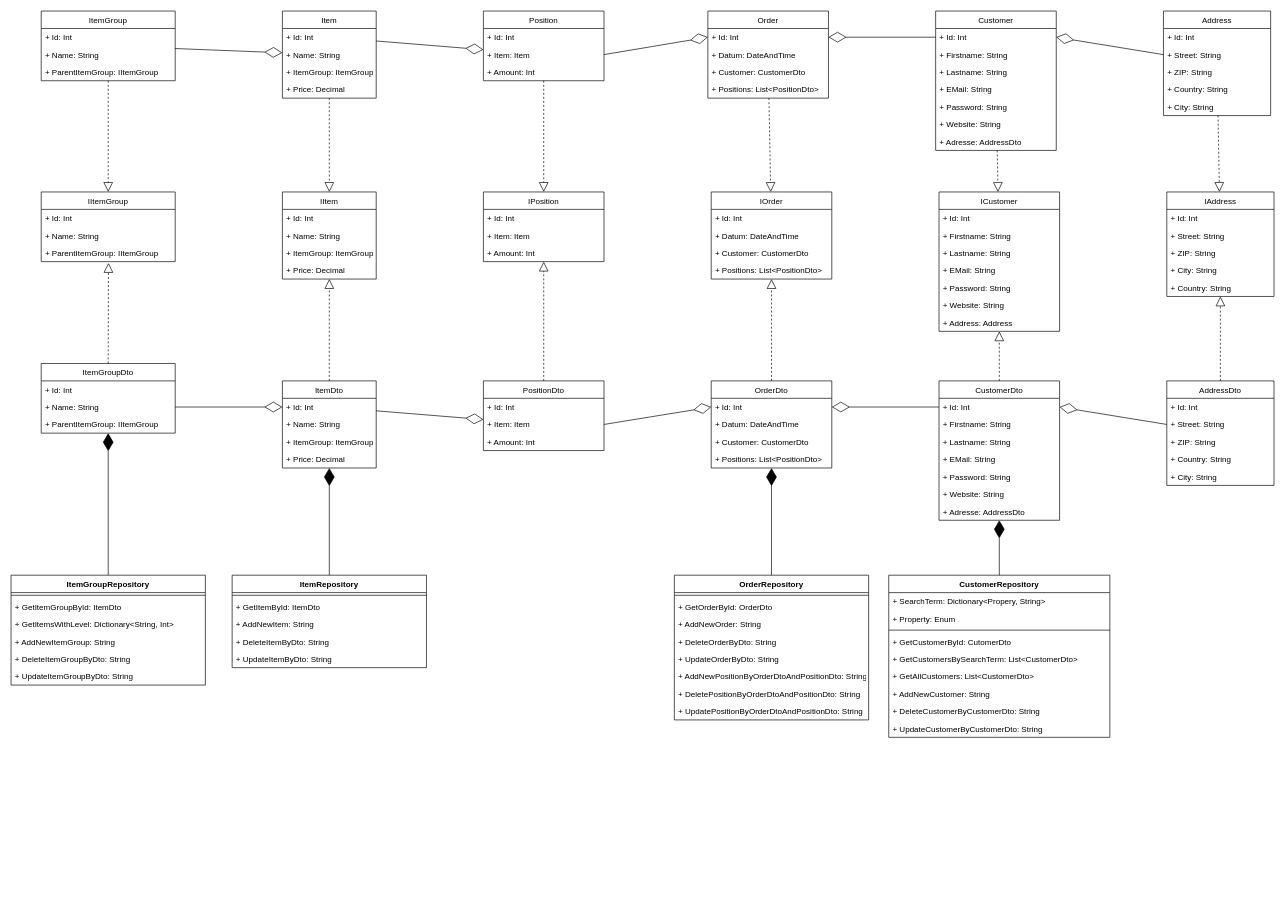
Earlier version of the draw.io diagram JobManagement/Designs/UML_DataAccessLayer.drawio (smat91/JobManagement). Source tidied: cells renumbered, new cells numbered last; positions are measured from the earlier drawing's top-left corner, leaving out a move shared by most shapes. Both pictures are drawn from the tidied source at 67%, with x=0, y=0 at pixel (11, 11).
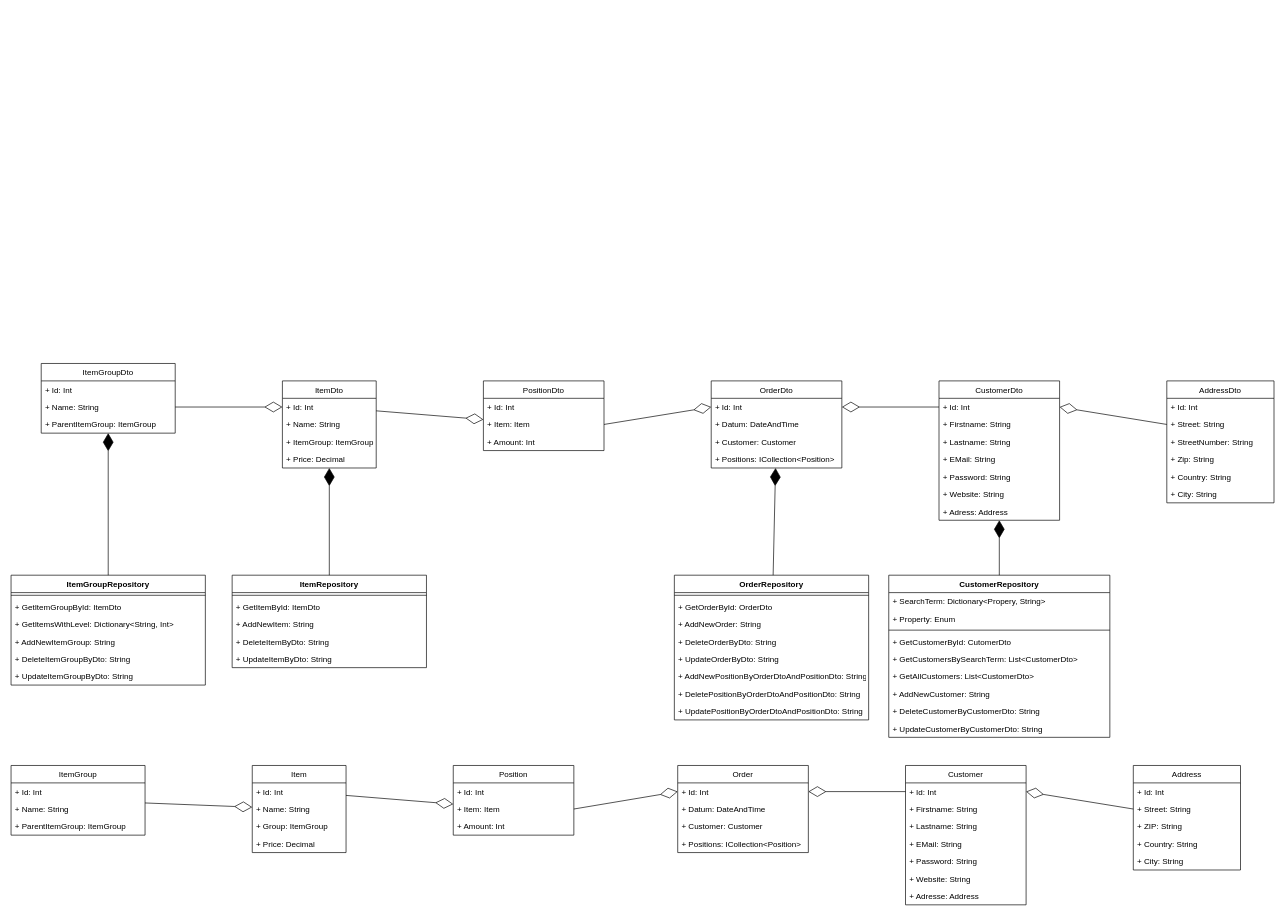
The same diagram, later.

Unchanged cells that the change refers to:
```xml
<mxCell id="10" value="CustomerDto" style="swimlane;fontStyle=0;align=center;verticalAlign=top;horizontal=1;startSize=26;" parent="1" vertex="1">
  <mxGeometry x="1385" y="552" width="180" height="208" as="geometry" />
</mxCell>
<mxCell id="34" value="ItemGroupDto" style="swimlane;fontStyle=0;horizontal=1;startSize=26;fillColor=none;labelBackgroundColor=none;" parent="1" vertex="1">
  <mxGeometry x="45" y="526" width="200" height="104" as="geometry" />
</mxCell>
<mxCell id="43" value="ItemDto" style="swimlane;fontStyle=0;horizontal=1;startSize=26;fillColor=none;labelBackgroundColor=none;" parent="1" vertex="1">
  <mxGeometry x="405" y="552" width="140" height="130" as="geometry" />
</mxCell>
<mxCell id="72" value="PositionDto" style="swimlane;fontStyle=0;horizontal=1;startSize=26;fillColor=none;labelBackgroundColor=none;" parent="1" vertex="1">
  <mxGeometry x="705" y="552" width="180" height="104" as="geometry" />
</mxCell>
```

What changed in the source:
```diff
@@
-    <mxCell id="2" value="ICustomer" style="swimlane;fontStyle=0;align=center;verticalAlign=top;horizontal=1;startSize=26;" parent="1" vertex="1">
-      <mxGeometry x="1385" y="270" width="180" height="208" as="geometry" />
-    </mxCell>
-    <mxCell id="3" value="+ Id: Int&#10;" style="text;strokeColor=none;fillColor=none;align=left;verticalAlign=top;spacingLeft=4;spacingRight=4;overflow=hidden;" parent="2" vertex="1">
-      <mxGeometry y="26" width="180" height="26" as="geometry" />
-    </mxCell>
-    <mxCell id="4" value="+ Firstname: String" style="text;strokeColor=none;fillColor=none;align=left;verticalAlign=top;spacingLeft=4;spacingRight=4;overflow=hidden;" parent="2" vertex="1">
-      <mxGeometry y="52" width="180" height="26" as="geometry" />
-    </mxCell>
-    <mxCell id="5" value="+ Lastname: String" style="text;strokeColor=none;fillColor=none;align=left;verticalAlign=top;spacingLeft=4;spacingRight=4;overflow=hidden;" parent="2" vertex="1">
-      <mxGeometry y="78" width="180" height="26" as="geometry" />
-    </mxCell>
-    <mxCell id="6" value="+ EMail: String" style="text;strokeColor=none;fillColor=none;align=left;verticalAlign=top;spacingLeft=4;spacingRight=4;overflow=hidden;" parent="2" vertex="1">
-      <mxGeometry y="104" width="180" height="26" as="geometry" />
-    </mxCell>
-    <mxCell id="7" value="+ Password: String" style="text;strokeColor=none;fillColor=none;align=left;verticalAlign=top;spacingLeft=4;spacingRight=4;overflow=hidden;" parent="2" vertex="1">
-      <mxGeometry y="130" width="180" height="26" as="geometry" />
-    </mxCell>
-    <mxCell id="8" value="+ Website: String" style="text;strokeColor=none;fillColor=none;align=left;verticalAlign=top;spacingLeft=4;spacingRight=4;overflow=hidden;" parent="2" vertex="1">
-      <mxGeometry y="156" width="180" height="26" as="geometry" />
-    </mxCell>
-    <mxCell id="9" value="+ Address: Address" style="text;strokeColor=none;fillColor=none;align=left;verticalAlign=top;spacingLeft=4;spacingRight=4;overflow=hidden;" parent="2" vertex="1">
-      <mxGeometry y="182" width="180" height="26" as="geometry" />
-    </mxCell>
@@
-    <mxCell id="17" value="+ Adresse: AddressDto" style="text;strokeColor=none;fillColor=none;align=left;verticalAlign=top;spacingLeft=4;spacingRight=4;overflow=hidden;points=[[0,0.5],[1,0.5]];portConstraint=eastwest;" parent="10" vertex="1">
+    <mxCell id="17" value="+ Adress: Address" style="text;strokeColor=none;fillColor=none;align=left;verticalAlign=top;spacingLeft=4;spacingRight=4;overflow=hidden;points=[[0,0.5],[1,0.5]];portConstraint=eastwest;" parent="10" vertex="1">
       <mxGeometry y="182" width="180" height="26" as="geometry" />
     </mxCell>
-    <mxCell id="18" value="IAddress" style="swimlane;fontStyle=0;horizontal=1;startSize=26;fillColor=none;" parent="1" vertex="1">
-      <mxGeometry x="1725" y="270" width="160" height="156" as="geometry" />
-    </mxCell>
-    <mxCell id="19" value="+ Id: Int&#10;" style="text;strokeColor=none;fillColor=none;align=left;verticalAlign=top;spacingLeft=4;spacingRight=4;overflow=hidden;" parent="18" vertex="1">
-      <mxGeometry y="26" width="160" height="26" as="geometry" />
-    </mxCell>
-    <mxCell id="20" value="+ Street: String" style="text;strokeColor=none;fillColor=none;align=left;verticalAlign=top;spacingLeft=4;spacingRight=4;overflow=hidden;" parent="18" vertex="1">
-      <mxGeometry y="52" width="160" height="26" as="geometry" />
-    </mxCell>
-    <mxCell id="21" value="+ ZIP: String" style="text;strokeColor=none;fillColor=none;align=left;verticalAlign=top;spacingLeft=4;spacingRight=4;overflow=hidden;" parent="18" vertex="1">
-      <mxGeometry y="78" width="160" height="26" as="geometry" />
-    </mxCell>
-    <mxCell id="22" value="+ City: String" style="text;strokeColor=none;fillColor=none;align=left;verticalAlign=top;spacingLeft=4;spacingRight=4;overflow=hidden;" parent="18" vertex="1">
-      <mxGeometry y="104" width="160" height="26" as="geometry" />
-    </mxCell>
-    <mxCell id="23" value="+ Country: String" style="text;strokeColor=none;fillColor=none;align=left;verticalAlign=top;spacingLeft=4;spacingRight=4;overflow=hidden;points=[[0,0.5],[1,0.5]];portConstraint=eastwest;labelBackgroundColor=none;" parent="18" vertex="1">
-      <mxGeometry y="130" width="160" height="26" as="geometry" />
-    </mxCell>
     <mxCell id="24" value="AddressDto" style="swimlane;fontStyle=0;horizontal=1;startSize=26;fillColor=none;" parent="1" vertex="1">
-      <mxGeometry x="1725" y="552" width="160" height="156" as="geometry" />
+      <mxGeometry x="1725" y="552" width="160" height="182" as="geometry" />
     </mxCell>
@@
+    <mxCell id="156" value="+ StreetNumber: String" style="text;strokeColor=none;fillColor=none;align=left;verticalAlign=top;spacingLeft=4;spacingRight=4;overflow=hidden;" parent="24" vertex="1">
+      <mxGeometry y="78" width="160" height="26" as="geometry" />
+    </mxCell>
-    <mxCell id="27" value="+ ZIP: String" style="text;strokeColor=none;fillColor=none;align=left;verticalAlign=top;spacingLeft=4;spacingRight=4;overflow=hidden;" parent="24" vertex="1">
-      <mxGeometry y="78" width="160" height="26" as="geometry" />
+    <mxCell id="27" value="+ Zip: String" style="text;strokeColor=none;fillColor=none;align=left;verticalAlign=top;spacingLeft=4;spacingRight=4;overflow=hidden;" parent="24" vertex="1">
+      <mxGeometry y="104" width="160" height="26" as="geometry" />
     </mxCell>
     <mxCell id="28" value="+ Country: String" style="text;strokeColor=none;fillColor=none;align=left;verticalAlign=top;spacingLeft=4;spacingRight=4;overflow=hidden;labelBackgroundColor=none;" parent="24" vertex="1">
-      <mxGeometry y="104" width="160" height="26" as="geometry" />
+      <mxGeometry y="130" width="160" height="26" as="geometry" />
     </mxCell>
     <mxCell id="29" value="+ City: String" style="text;strokeColor=none;fillColor=none;align=left;verticalAlign=top;spacingLeft=4;spacingRight=4;overflow=hidden;" parent="24" vertex="1">
-      <mxGeometry y="130" width="160" height="26" as="geometry" />
+      <mxGeometry y="156" width="160" height="26" as="geometry" />
     </mxCell>
-    <mxCell id="30" value="IItemGroup" style="swimlane;fontStyle=0;horizontal=1;startSize=26;fillColor=none;labelBackgroundColor=none;" parent="1" vertex="1">
-      <mxGeometry x="45" y="270" width="200" height="104" as="geometry" />
-    </mxCell>
-    <mxCell id="31" value="+ Id: Int" style="text;strokeColor=none;fillColor=none;align=left;verticalAlign=top;spacingLeft=4;spacingRight=4;overflow=hidden;" parent="30" vertex="1">
-      <mxGeometry y="26" width="200" height="26" as="geometry" />
-    </mxCell>
-    <mxCell id="32" value="+ Name: String" style="text;strokeColor=none;fillColor=none;align=left;verticalAlign=top;spacingLeft=4;spacingRight=4;overflow=hidden;labelBackgroundColor=none;" parent="30" vertex="1">
-      <mxGeometry y="52" width="200" height="26" as="geometry" />
-    </mxCell>
-    <mxCell id="33" value="+ ParentItemGroup: IItemGroup" style="text;strokeColor=none;fillColor=none;align=left;verticalAlign=top;spacingLeft=4;spacingRight=4;overflow=hidden;points=[[0,0.5],[1,0.5]];portConstraint=eastwest;labelBackgroundColor=none;" parent="30" vertex="1">
-      <mxGeometry y="78" width="200" height="26" as="geometry" />
-    </mxCell>
@@
-    <mxCell id="37" value="+ ParentItemGroup: IItemGroup" style="text;strokeColor=none;fillColor=none;align=left;verticalAlign=top;spacingLeft=4;spacingRight=4;overflow=hidden;labelBackgroundColor=none;" parent="34" vertex="1">
+    <mxCell id="37" value="+ ParentItemGroup: ItemGroup" style="text;strokeColor=none;fillColor=none;align=left;verticalAlign=top;spacingLeft=4;spacingRight=4;overflow=hidden;labelBackgroundColor=none;" parent="34" vertex="1">
       <mxGeometry y="78" width="200" height="26" as="geometry" />
     </mxCell>
-    <mxCell id="38" value="IItem" style="swimlane;fontStyle=0;horizontal=1;startSize=26;fillColor=none;labelBackgroundColor=none;" parent="1" vertex="1">
-      <mxGeometry x="405" y="270" width="140" height="130" as="geometry" />
-    </mxCell>
-    <mxCell id="39" value="+ Id: Int" style="text;strokeColor=none;fillColor=none;align=left;verticalAlign=top;spacingLeft=4;spacingRight=4;overflow=hidden;labelBackgroundColor=none;" parent="38" vertex="1">
-      <mxGeometry y="26" width="140" height="26" as="geometry" />
-    </mxCell>
-    <mxCell id="40" value="+ Name: String" style="text;strokeColor=none;fillColor=none;align=left;verticalAlign=top;spacingLeft=4;spacingRight=4;overflow=hidden;labelBackgroundColor=none;" parent="38" vertex="1">
-      <mxGeometry y="52" width="140" height="26" as="geometry" />
-    </mxCell>
-    <mxCell id="41" value="+ ItemGroup: ItemGroup" style="text;strokeColor=none;fillColor=none;align=left;verticalAlign=top;spacingLeft=4;spacingRight=4;overflow=hidden;labelBackgroundColor=none;" parent="38" vertex="1">
-      <mxGeometry y="78" width="140" height="26" as="geometry" />
-    </mxCell>
-    <mxCell id="42" value="+ Price: Decimal" style="text;strokeColor=none;fillColor=none;align=left;verticalAlign=top;spacingLeft=4;spacingRight=4;overflow=hidden;points=[[0,0.5],[1,0.5]];portConstraint=eastwest;labelBackgroundColor=none;" parent="38" vertex="1">
-      <mxGeometry y="104" width="140" height="26" as="geometry" />
-    </mxCell>
@@
     <mxCell id="61" value="OrderDto" style="swimlane;fontStyle=0;horizontal=1;startSize=26;fillColor=none;labelBackgroundColor=none;" parent="1" vertex="1">
-      <mxGeometry x="1045" y="552" width="180" height="130" as="geometry" />
+      <mxGeometry x="1045" y="552" width="195" height="130" as="geometry" />
     </mxCell>
     <mxCell id="62" value="+ Id: Int" style="text;strokeColor=none;fillColor=none;align=left;verticalAlign=top;spacingLeft=4;spacingRight=4;overflow=hidden;points=[[0,0.5],[1,0.5]];portConstraint=eastwest;labelBackgroundColor=none;" parent="61" vertex="1">
-      <mxGeometry y="26" width="180" height="26" as="geometry" />
+      <mxGeometry y="26" width="195" height="26" as="geometry" />
     </mxCell>
     <mxCell id="63" value="+ Datum: DateAndTime" style="text;strokeColor=none;fillColor=none;align=left;verticalAlign=top;spacingLeft=4;spacingRight=4;overflow=hidden;labelBackgroundColor=none;" parent="61" vertex="1">
-      <mxGeometry y="52" width="180" height="26" as="geometry" />
+      <mxGeometry y="52" width="195" height="26" as="geometry" />
     </mxCell>
-    <mxCell id="64" value="+ Customer: CustomerDto" style="text;strokeColor=none;fillColor=none;align=left;verticalAlign=top;spacingLeft=4;spacingRight=4;overflow=hidden;labelBackgroundColor=none;" parent="61" vertex="1">
-      <mxGeometry y="78" width="180" height="26" as="geometry" />
+    <mxCell id="64" value="+ Customer: Customer" style="text;strokeColor=none;fillColor=none;align=left;verticalAlign=top;spacingLeft=4;spacingRight=4;overflow=hidden;labelBackgroundColor=none;" parent="61" vertex="1">
+      <mxGeometry y="78" width="195" height="26" as="geometry" />
     </mxCell>
-    <mxCell id="65" value="+ Positions: List&lt;PositionDto&gt;" style="text;strokeColor=none;fillColor=none;align=left;verticalAlign=top;spacingLeft=4;spacingRight=4;overflow=hidden;labelBackgroundColor=none;" parent="61" vertex="1">
-      <mxGeometry y="104" width="180" height="26" as="geometry" />
+    <mxCell id="65" value="+ Positions: ICollection&lt;Position&gt;" style="text;strokeColor=none;fillColor=none;align=left;verticalAlign=top;spacingLeft=4;spacingRight=4;overflow=hidden;labelBackgroundColor=none;" parent="61" vertex="1">
+      <mxGeometry y="104" width="195" height="26" as="geometry" />
     </mxCell>
-    <mxCell id="66" value="IOrder" style="swimlane;fontStyle=0;horizontal=1;startSize=26;fillColor=none;labelBackgroundColor=none;" parent="1" vertex="1">
-      <mxGeometry x="1045" y="270" width="180" height="130" as="geometry" />
-    </mxCell>
-    <mxCell id="67" value="+ Id: Int" style="text;strokeColor=none;fillColor=none;align=left;verticalAlign=top;spacingLeft=4;spacingRight=4;overflow=hidden;labelBackgroundColor=none;" parent="66" vertex="1">
-      <mxGeometry y="26" width="180" height="26" as="geometry" />
-    </mxCell>
-    <mxCell id="68" value="+ Datum: DateAndTime" style="text;strokeColor=none;fillColor=none;align=left;verticalAlign=top;spacingLeft=4;spacingRight=4;overflow=hidden;labelBackgroundColor=none;" parent="66" vertex="1">
-      <mxGeometry y="52" width="180" height="26" as="geometry" />
-    </mxCell>
-    <mxCell id="69" value="+ Customer: CustomerDto" style="text;strokeColor=none;fillColor=none;align=left;verticalAlign=top;spacingLeft=4;spacingRight=4;overflow=hidden;labelBackgroundColor=none;" parent="66" vertex="1">
-      <mxGeometry y="78" width="180" height="26" as="geometry" />
-    </mxCell>
-    <mxCell id="70" value="+ Positions: List&lt;PositionDto&gt;" style="text;strokeColor=none;fillColor=none;align=left;verticalAlign=top;spacingLeft=4;spacingRight=4;overflow=hidden;points=[[0,0.5],[1,0.5]];portConstraint=eastwest;labelBackgroundColor=none;" parent="66" vertex="1">
-      <mxGeometry y="104" width="180" height="26" as="geometry" />
-    </mxCell>
@@
-    <mxCell id="76" value="IPosition" style="swimlane;fontStyle=0;horizontal=1;startSize=26;fillColor=none;labelBackgroundColor=none;" parent="1" vertex="1">
-      <mxGeometry x="705" y="270" width="180" height="104" as="geometry" />
-    </mxCell>
-    <mxCell id="77" value="+ Id: Int" style="text;strokeColor=none;fillColor=none;align=left;verticalAlign=top;spacingLeft=4;spacingRight=4;overflow=hidden;labelBackgroundColor=none;" parent="76" vertex="1">
-      <mxGeometry y="26" width="180" height="26" as="geometry" />
-    </mxCell>
-    <mxCell id="78" value="+ Item: Item " style="text;strokeColor=none;fillColor=none;align=left;verticalAlign=top;spacingLeft=4;spacingRight=4;overflow=hidden;labelBackgroundColor=none;" parent="76" vertex="1">
-      <mxGeometry y="52" width="180" height="26" as="geometry" />
-    </mxCell>
-    <mxCell id="79" value="+ Amount: Int" style="text;strokeColor=none;fillColor=none;align=left;verticalAlign=top;spacingLeft=4;spacingRight=4;overflow=hidden;points=[[0,0.5],[1,0.5]];portConstraint=eastwest;labelBackgroundColor=none;" parent="76" vertex="1">
-      <mxGeometry y="78" width="180" height="26" as="geometry" />
-    </mxCell>
@@
-    <mxCell id="82" style="endArrow=block;dashed=1;endFill=0;endSize=12;html=1;rounded=0;exitX=0.5;exitY=0;exitDx=0;exitDy=0;entryX=0.502;entryY=1.077;entryDx=0;entryDy=0;entryPerimeter=0;" parent="1" edge="1" source="34" target="33">
-      <mxGeometry relative="1" as="geometry" />
-    </mxCell>
-    <mxCell id="83" style="endArrow=block;dashed=1;endFill=0;endSize=12;html=1;rounded=0;exitX=0.5;exitY=0;exitDx=0;exitDy=0;" parent="1" edge="1" source="43" target="42">
-      <mxGeometry relative="1" as="geometry" />
-    </mxCell>
-    <mxCell id="84" style="endArrow=block;dashed=1;endFill=0;endSize=12;html=1;rounded=0;exitX=0.5;exitY=0;exitDx=0;exitDy=0;" parent="1" edge="1" source="72" target="79">
-      <mxGeometry relative="1" as="geometry" />
-    </mxCell>
-    <mxCell id="85" style="endArrow=block;dashed=1;endFill=0;endSize=12;html=1;rounded=0;exitX=0.5;exitY=0;exitDx=0;exitDy=0;" parent="1" edge="1" source="61" target="70">
-      <mxGeometry relative="1" as="geometry" />
-    </mxCell>
-    <mxCell id="86" style="endArrow=block;dashed=1;endFill=0;endSize=12;html=1;rounded=0;exitX=0.5;exitY=0;exitDx=0;exitDy=0;" parent="1" edge="1" source="10" target="2">
-      <mxGeometry relative="1" as="geometry" />
-    </mxCell>
-    <mxCell id="87" style="endArrow=block;dashed=1;endFill=0;endSize=12;html=1;rounded=0;exitX=0.5;exitY=0;exitDx=0;exitDy=0;" parent="1" edge="1" source="24" target="23">
-      <mxGeometry relative="1" as="geometry" />
-    </mxCell>
@@
     <mxCell id="113" value="Customer" style="swimlane;fontStyle=0;align=center;verticalAlign=top;horizontal=1;startSize=26;" parent="1" vertex="1">
-      <mxGeometry x="1380" width="180" height="208" as="geometry" />
+      <mxGeometry x="1335" y="1126" width="180" height="208" as="geometry" />
     </mxCell>
@@
-    <mxCell id="120" value="+ Adresse: AddressDto" style="text;strokeColor=none;fillColor=none;align=left;verticalAlign=top;spacingLeft=4;spacingRight=4;overflow=hidden;" parent="113" vertex="1">
+    <mxCell id="120" value="+ Adresse: Address" style="text;strokeColor=none;fillColor=none;align=left;verticalAlign=top;spacingLeft=4;spacingRight=4;overflow=hidden;" parent="113" vertex="1">
       <mxGeometry y="182" width="180" height="26" as="geometry" />
     </mxCell>
     <mxCell id="121" value="Address" style="swimlane;fontStyle=0;horizontal=1;startSize=26;fillColor=none;" parent="1" vertex="1">
-      <mxGeometry x="1720" width="160" height="156" as="geometry" />
+      <mxGeometry x="1675" y="1126" width="160" height="156" as="geometry" />
     </mxCell>
@@
     <mxCell id="127" value="ItemGroup" style="swimlane;fontStyle=0;horizontal=1;startSize=26;fillColor=none;labelBackgroundColor=none;" parent="1" vertex="1">
-      <mxGeometry x="45" width="200" height="104" as="geometry" />
+      <mxGeometry y="1126" width="200" height="104" as="geometry" />
     </mxCell>
@@
-    <mxCell id="130" value="+ ParentItemGroup: IItemGroup" style="text;strokeColor=none;fillColor=none;align=left;verticalAlign=top;spacingLeft=4;spacingRight=4;overflow=hidden;labelBackgroundColor=none;" parent="127" vertex="1">
+    <mxCell id="130" value="+ ParentItemGroup: ItemGroup" style="text;strokeColor=none;fillColor=none;align=left;verticalAlign=top;spacingLeft=4;spacingRight=4;overflow=hidden;labelBackgroundColor=none;" parent="127" vertex="1">
       <mxGeometry y="78" width="200" height="26" as="geometry" />
     </mxCell>
     <mxCell id="131" value="Item" style="swimlane;fontStyle=0;horizontal=1;startSize=26;fillColor=none;labelBackgroundColor=none;" parent="1" vertex="1">
-      <mxGeometry x="405" width="140" height="130" as="geometry" />
+      <mxGeometry x="360" y="1126" width="140" height="130" as="geometry" />
     </mxCell>
@@
-    <mxCell id="134" value="+ ItemGroup: ItemGroup" style="text;strokeColor=none;fillColor=none;align=left;verticalAlign=top;spacingLeft=4;spacingRight=4;overflow=hidden;labelBackgroundColor=none;" parent="131" vertex="1">
+    <mxCell id="134" value="+ Group: ItemGroup" style="text;strokeColor=none;fillColor=none;align=left;verticalAlign=top;spacingLeft=4;spacingRight=4;overflow=hidden;labelBackgroundColor=none;" parent="131" vertex="1">
       <mxGeometry y="78" width="140" height="26" as="geometry" />
     </mxCell>
@@
     <mxCell id="138" value="Order" style="swimlane;fontStyle=0;horizontal=1;startSize=26;fillColor=none;labelBackgroundColor=none;" parent="1" vertex="1">
-      <mxGeometry x="1040" width="180" height="130" as="geometry" />
+      <mxGeometry x="995" y="1126" width="195" height="130" as="geometry" />
     </mxCell>
     <mxCell id="139" value="+ Id: Int" style="text;strokeColor=none;fillColor=none;align=left;verticalAlign=top;spacingLeft=4;spacingRight=4;overflow=hidden;points=[[0,0.5],[1,0.5]];portConstraint=eastwest;labelBackgroundColor=none;" parent="138" vertex="1">
-      <mxGeometry y="26" width="180" height="26" as="geometry" />
+      <mxGeometry y="26" width="195" height="26" as="geometry" />
     </mxCell>
     <mxCell id="140" value="+ Datum: DateAndTime" style="text;strokeColor=none;fillColor=none;align=left;verticalAlign=top;spacingLeft=4;spacingRight=4;overflow=hidden;labelBackgroundColor=none;" parent="138" vertex="1">
-      <mxGeometry y="52" width="180" height="26" as="geometry" />
+      <mxGeometry y="52" width="195" height="26" as="geometry" />
     </mxCell>
-    <mxCell id="141" value="+ Customer: CustomerDto" style="text;strokeColor=none;fillColor=none;align=left;verticalAlign=top;spacingLeft=4;spacingRight=4;overflow=hidden;labelBackgroundColor=none;" parent="138" vertex="1">
-      <mxGeometry y="78" width="180" height="26" as="geometry" />
+    <mxCell id="141" value="+ Customer: Customer" style="text;strokeColor=none;fillColor=none;align=left;verticalAlign=top;spacingLeft=4;spacingRight=4;overflow=hidden;labelBackgroundColor=none;" parent="138" vertex="1">
+      <mxGeometry y="78" width="195" height="26" as="geometry" />
     </mxCell>
-    <mxCell id="142" value="+ Positions: List&lt;PositionDto&gt;" style="text;strokeColor=none;fillColor=none;align=left;verticalAlign=top;spacingLeft=4;spacingRight=4;overflow=hidden;labelBackgroundColor=none;" parent="138" vertex="1">
-      <mxGeometry y="104" width="180" height="26" as="geometry" />
+    <mxCell id="142" value="+ Positions: ICollection&lt;Position&gt;" style="text;strokeColor=none;fillColor=none;align=left;verticalAlign=top;spacingLeft=4;spacingRight=4;overflow=hidden;labelBackgroundColor=none;" parent="138" vertex="1">
+      <mxGeometry y="104" width="195" height="26" as="geometry" />
     </mxCell>
@@
     <mxCell id="144" value="Position" style="swimlane;fontStyle=0;horizontal=1;startSize=26;fillColor=none;labelBackgroundColor=none;" parent="1" vertex="1">
-      <mxGeometry x="705" width="180" height="104" as="geometry" />
+      <mxGeometry x="660" y="1126" width="180" height="104" as="geometry" />
     </mxCell>
@@
-    <mxCell id="150" style="endArrow=block;dashed=1;endFill=0;endSize=12;html=1;rounded=0;" parent="1" edge="1" source="138" target="66">
-      <mxGeometry relative="1" as="geometry" />
-    </mxCell>
-    <mxCell id="151" style="endArrow=block;dashed=1;endFill=0;endSize=12;html=1;rounded=0;" parent="1" edge="1" source="127" target="30">
-      <mxGeometry relative="1" as="geometry" />
-    </mxCell>
-    <mxCell id="152" style="endArrow=block;dashed=1;endFill=0;endSize=12;html=1;rounded=0;" parent="1" edge="1" source="131" target="38">
-      <mxGeometry relative="1" as="geometry" />
-    </mxCell>
-    <mxCell id="153" style="endArrow=block;dashed=1;endFill=0;endSize=12;html=1;rounded=0;" parent="1" edge="1" source="144" target="76">
-      <mxGeometry relative="1" as="geometry" />
-    </mxCell>
-    <mxCell id="154" style="endArrow=block;dashed=1;endFill=0;endSize=12;html=1;rounded=0;" parent="1" edge="1" source="121" target="18">
-      <mxGeometry relative="1" as="geometry" />
-    </mxCell>
-    <mxCell id="155" style="endArrow=block;dashed=1;endFill=0;endSize=12;html=1;rounded=0;" parent="1" edge="1" source="113" target="2">
-      <mxGeometry relative="1" as="geometry" />
-    </mxCell>
```
